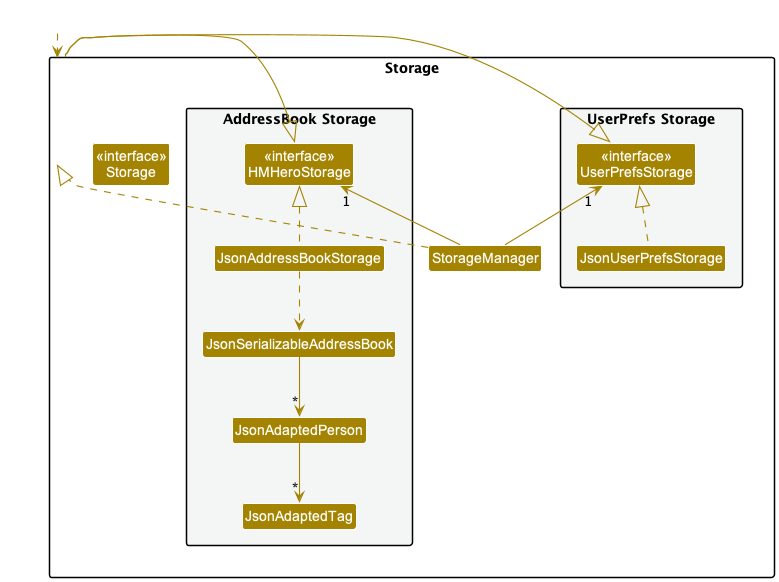
Above: docs/images/StorageClassDiagram.png in nus-cs2103-AY2223S2/tp (PlantUML), before the change.
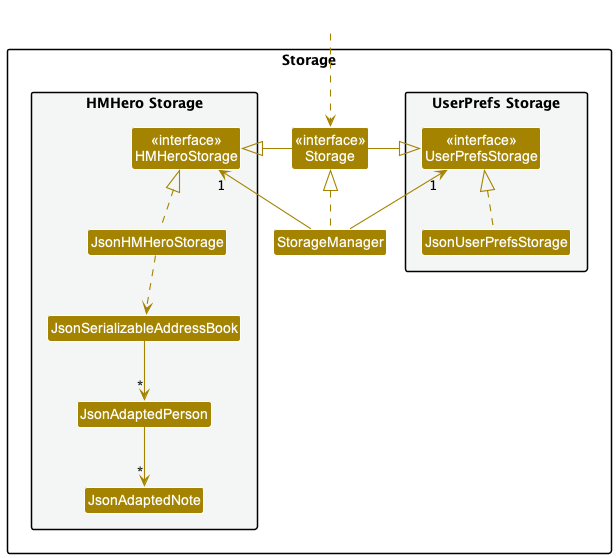
After the commit.

Commit message:
Update activity and class diagrams

The edit, as a diff of the source:
```diff
@@ -11,33 +11,33 @@
 Class JsonUserPrefsStorage
 }
 
-Class "<<interface>>\nStorage" as Storage
+Class "<<interface>>\nStorage" as storage
 Class StorageManager
 
-package "AddressBook Storage" #F4F6F6{
+package "HMHero Storage" #F4F6F6{
 Class "<<interface>>\nHMHeroStorage" as HMHeroStorage
-Class JsonAddressBookStorage
+Class JsonHMHeroStorage
 Class JsonSerializableAddressBook
 Class JsonAdaptedPerson
-Class JsonAdaptedTag
+Class JsonAdaptedNote
 }
 
 }
 
 Class HiddenOutside #FFFFFF
-HiddenOutside ..> Storage
+HiddenOutside ..> storage
 
-StorageManager .up.|> Storage
+StorageManager .up.|> storage
 StorageManager -up-> "1" UserPrefsStorage
 StorageManager -up-> "1" HMHeroStorage
 
-Storage -left-|> UserPrefsStorage
-Storage -right-|> HMHeroStorage
+storage -left-|> UserPrefsStorage
+storage -right-|> HMHeroStorage
 
 JsonUserPrefsStorage .up.|> UserPrefsStorage
-JsonAddressBookStorage .up.|> HMHeroStorage
-JsonAddressBookStorage ..> JsonSerializableAddressBook
+JsonHMHeroStorage .up.|> HMHeroStorage
+JsonHMHeroStorage ..> JsonSerializableAddressBook
 JsonSerializableAddressBook --> "*" JsonAdaptedPerson
-JsonAdaptedPerson --> "*" JsonAdaptedTag
+JsonAdaptedPerson --> "*" JsonAdaptedNote
 
 @enduml
```
